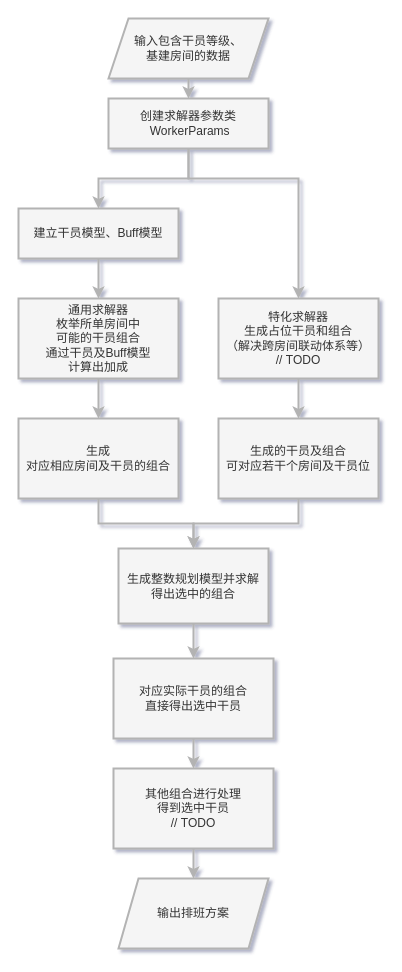
This is img/arkbuilding.drawio from closure-studio/ArkBuilding, a draw.io file, before an edit. Source tidied: cells renumbered, new cells numbered last; positions are measured from the earlier drawing's top-left corner, leaving out a move shared by most shapes. Both pictures are drawn from the tidied source at 100%, with x=0, y=0 at pixel (18, 18).
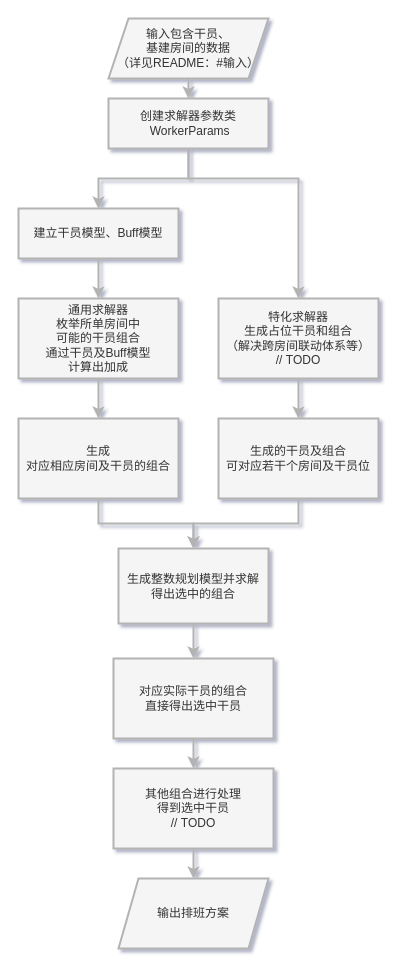
After the change.

Change to the diagram source:
```diff
@@
-    <mxCell id="2" value="输入包含干员等级、&lt;br&gt;基建房间的数据" style="shape=parallelogram;perimeter=parallelogramPerimeter;whiteSpace=wrap;html=1;fixedSize=1;fontFamily=Helvetica;fontSize=12;align=center;strokeColor=#B3B3B3;fillColor=#f5f5f5;fontColor=#333333;strokeWidth=2;" parent="1" vertex="1">
+    <mxCell id="2" value="输入包含干员、&lt;br&gt;基建房间的数据&lt;br&gt;（详见README：#输入）" style="shape=parallelogram;perimeter=parallelogramPerimeter;whiteSpace=wrap;html=1;fixedSize=1;fontFamily=Helvetica;fontSize=12;align=center;strokeColor=#B3B3B3;fillColor=#f5f5f5;fontColor=#333333;strokeWidth=2;" parent="1" vertex="1">
       <mxGeometry x="90" width="160" height="60" as="geometry" />
     </mxCell>
```
